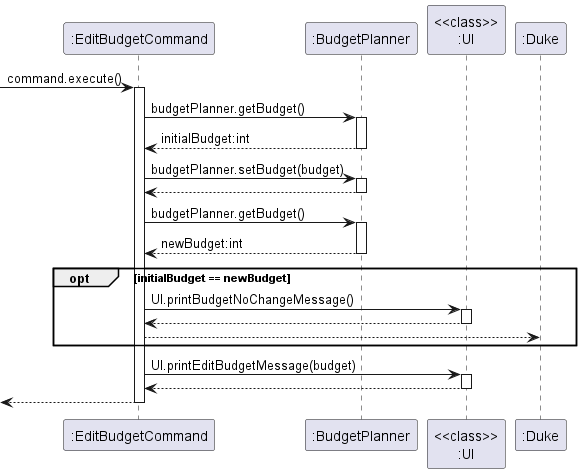
nus-cs2113-AY2223S2/tp keeps this PlantUML diagram as docs/diagrams/budget/EditBudgetCommand.png. Above is the earlier version.
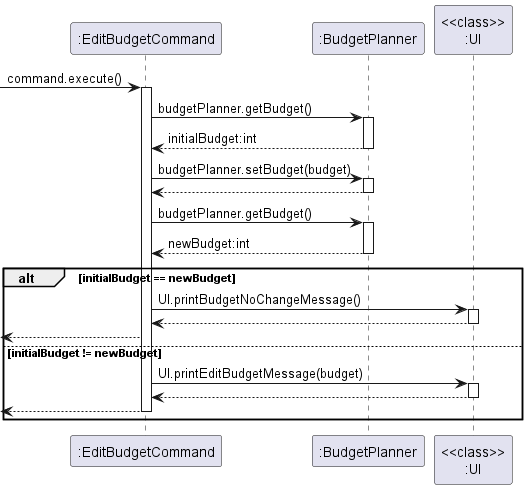
The same file after the commit.

Commit message:
remove Duke from sequence diagram and change opt blocks to alt blocks

What changed in the source:
```diff
@@ -13,17 +13,18 @@
 activate ":BudgetPlanner"
 ":EditBudgetCommand" <-- ":BudgetPlanner" : newBudget:int
 deactivate ":BudgetPlanner"
-opt initialBudget == newBudget
+alt initialBudget == newBudget
 ":EditBudgetCommand" -> "<<class>>\n:UI" : UI.printBudgetNoChangeMessage()
 activate "<<class>>\n:UI"
 ":EditBudgetCommand" <-- "<<class>>\n:UI"
 deactivate "<<class>>\n:UI"
-":EditBudgetCommand" --> ":Duke"
-end
+<-- ":EditBudgetCommand"
+else initialBudget != newBudget
 ":EditBudgetCommand" -> "<<class>>\n:UI" : UI.printEditBudgetMessage(budget)
 activate "<<class>>\n:UI"
 ":EditBudgetCommand" <-- "<<class>>\n:UI"
 deactivate "<<class>>\n:UI"
 <-- ":EditBudgetCommand"
 deactivate ":EditBudgetCommand"
+end
 @enduml
```
